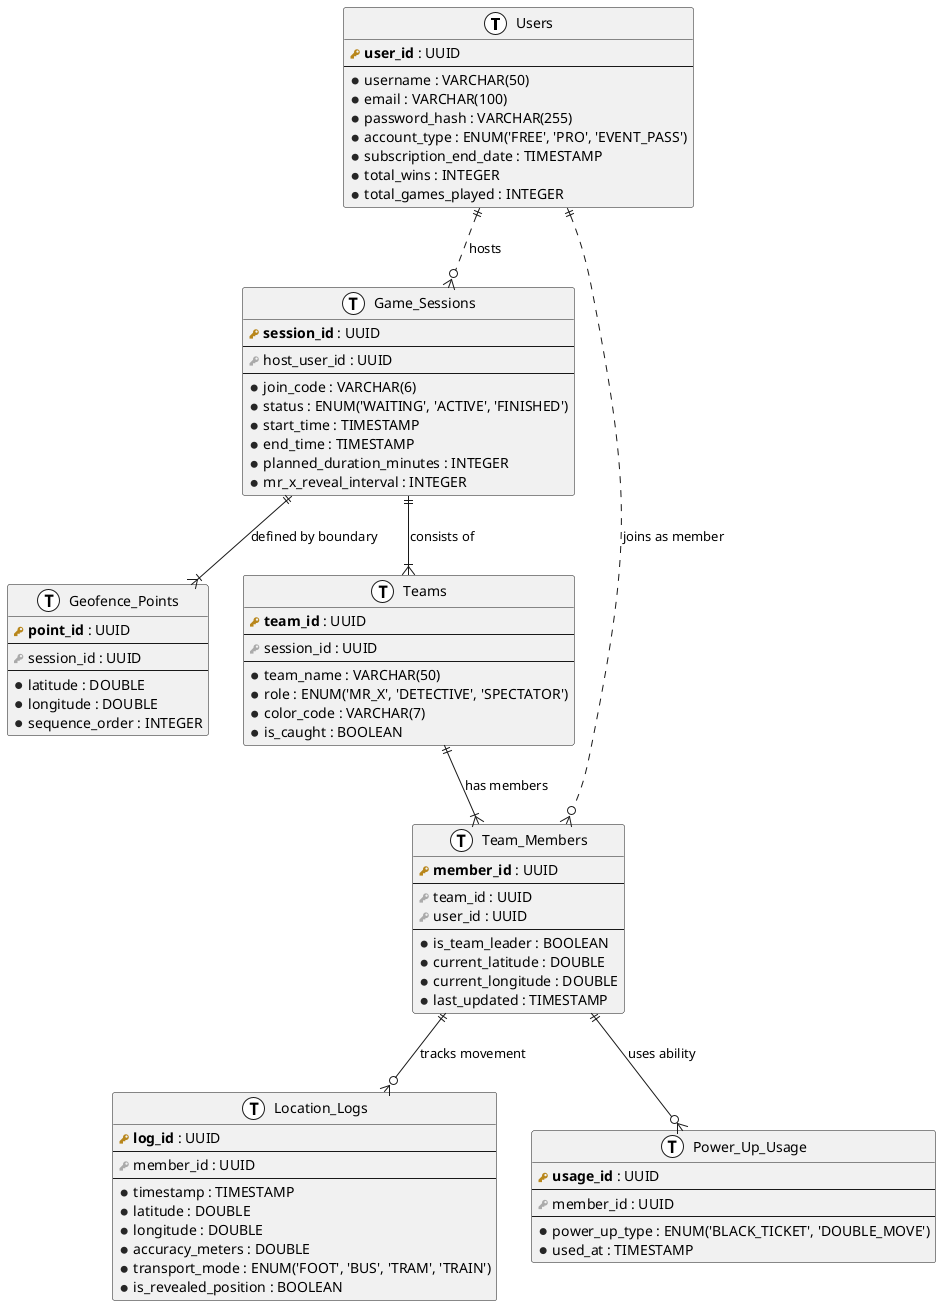
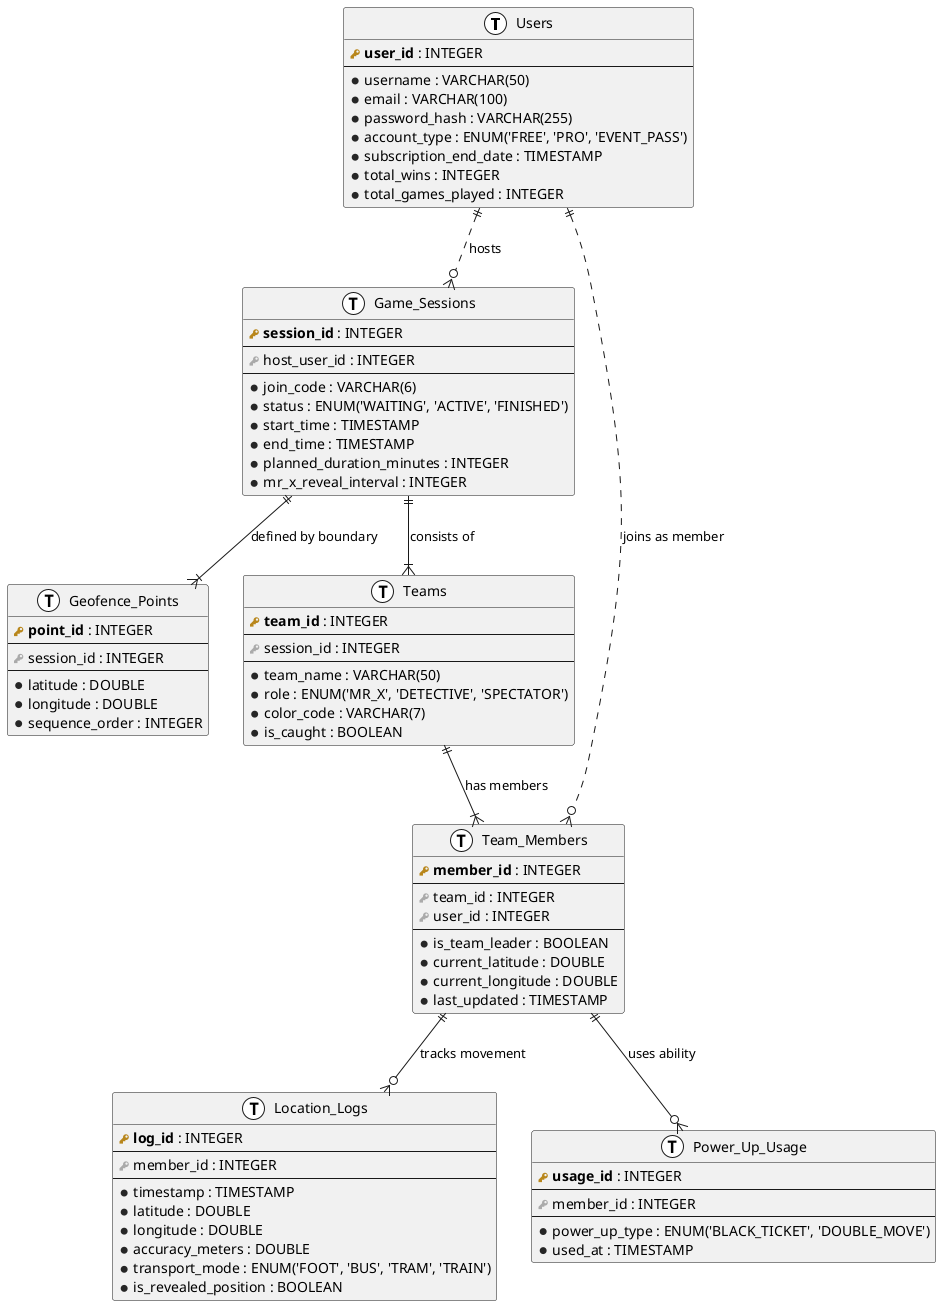
@startuml x-act-erd

!define primary_key(x) <b><color:#b8861b><&key></color> x</b>
!define foreign_key(x) <color:#aaaaaa><&key></color> x
!define column(x) <color:#262626><&media-record></color> x
!define table(x) entity x << (T, white) >>

table(Users) {
-     primary_key(user_id) : UUID
+     primary_key(user_id) : INTEGER
    --
    column(username) : VARCHAR(50)
    column(email) : VARCHAR(100)
    column(password_hash) : VARCHAR(255)
    column(account_type) : ENUM('FREE', 'PRO', 'EVENT_PASS')
    column(subscription_end_date) : TIMESTAMP
    column(total_wins) : INTEGER
    column(total_games_played) : INTEGER
}

table(Game_Sessions) {
-     primary_key(session_id) : UUID
+     primary_key(session_id) : INTEGER
    --
-     foreign_key(host_user_id) : UUID
+     foreign_key(host_user_id) : INTEGER
    --
    column(join_code) : VARCHAR(6)
    column(status) : ENUM('WAITING', 'ACTIVE', 'FINISHED')
    column(start_time) : TIMESTAMP
    column(end_time) : TIMESTAMP
    column(planned_duration_minutes) : INTEGER
    column(mr_x_reveal_interval) : INTEGER
}

table(Geofence_Points) {
-     primary_key(point_id) : UUID
+     primary_key(point_id) : INTEGER
    --
-     foreign_key(session_id) : UUID
+     foreign_key(session_id) : INTEGER
    --
    column(latitude) : DOUBLE
    column(longitude) : DOUBLE
    column(sequence_order) : INTEGER
}

table(Teams) {
-     primary_key(team_id) : UUID
+     primary_key(team_id) : INTEGER
    --
-     foreign_key(session_id) : UUID
+     foreign_key(session_id) : INTEGER
    --
    column(team_name) : VARCHAR(50)
    column(role) : ENUM('MR_X', 'DETECTIVE', 'SPECTATOR')
    column(color_code) : VARCHAR(7)
    column(is_caught) : BOOLEAN
}

table(Team_Members) {
-     primary_key(member_id) : UUID
+     primary_key(member_id) : INTEGER
    --
-     foreign_key(team_id) : UUID
-     foreign_key(user_id) : UUID
+     foreign_key(team_id) : INTEGER
+     foreign_key(user_id) : INTEGER
    --
    column(is_team_leader) : BOOLEAN
    column(current_latitude) : DOUBLE
    column(current_longitude) : DOUBLE
    column(last_updated) : TIMESTAMP
}

table(Location_Logs) {
-     primary_key(log_id) : UUID
+     primary_key(log_id) : INTEGER
    --
-     foreign_key(member_id) : UUID
+     foreign_key(member_id) : INTEGER
    --
    column(timestamp) : TIMESTAMP
    column(latitude) : DOUBLE
    column(longitude) : DOUBLE
    column(accuracy_meters) : DOUBLE
    column(transport_mode) : ENUM('FOOT', 'BUS', 'TRAM', 'TRAIN')
    column(is_revealed_position) : BOOLEAN
}

table(Power_Up_Usage) {
-     primary_key(usage_id) : UUID
+     primary_key(usage_id) : INTEGER
    --
-     foreign_key(member_id) : UUID
+     foreign_key(member_id) : INTEGER
    --
    column(power_up_type) : ENUM('BLACK_TICKET', 'DOUBLE_MOVE')
    column(used_at) : TIMESTAMP
}

Users ||..o{ Team_Members : "joins as member"
Users ||..o{ Game_Sessions : "hosts"

Game_Sessions ||--|{ Teams : "consists of"
Game_Sessions ||--|{ Geofence_Points : "defined by boundary"

Teams ||--|{ Team_Members : "has members"

Team_Members ||--o{ Location_Logs : "tracks movement"
Team_Members ||--o{ Power_Up_Usage : "uses ability"

@enduml
